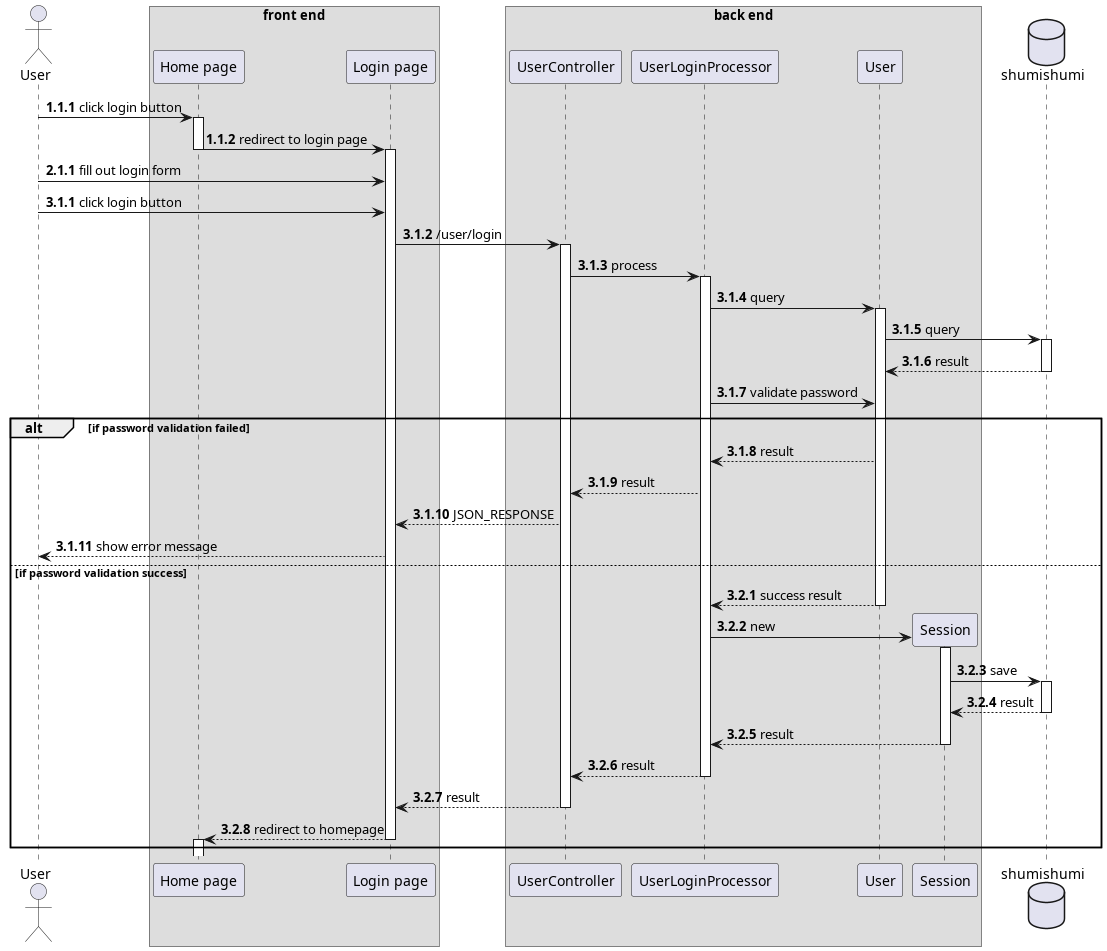
aldihsuhandi/skripsi-2023 keeps this PlantUML diagram as thesis/latex/diagram/sequence diagram/3. login/login.png. Above is the earlier version. Its diagram source:
```plantuml
@startuml login
autonumber 1.1.1

actor User as u

box "front end"
participant "Home page" as home
participant "Login page" as login
end box

box "back end"
participant "UserController" as uc

participant "UserLoginProcessor" as loginproc

participant "User" as um
participant "Session" as sm
end box

database shumishumi as db

u -> home++ : click login button
home -> login --++ : redirect to login page

autonumber inc a
u -> login : fill out login form
autonumber inc a
u -> login : click login button

login -> uc++ : /user/login
uc -> loginproc++ : process

loginproc -> um++ : query
um -> db++ : query
return result
loginproc -> um : validate password
alt if password validation failed
    loginproc <-- um : result
    uc <-- loginproc : result

    login <-- uc : JSON_RESPONSE
    u <-- login : show error message
else if password validation success
    autonumber inc b
    loginproc <-- um --: success result

    create sm
    loginproc -> sm++ : new
    sm -> db++ : save
    return result
    return result

    return result
    return result

    home <-- login --++ : redirect to homepage
end



@enduml
```
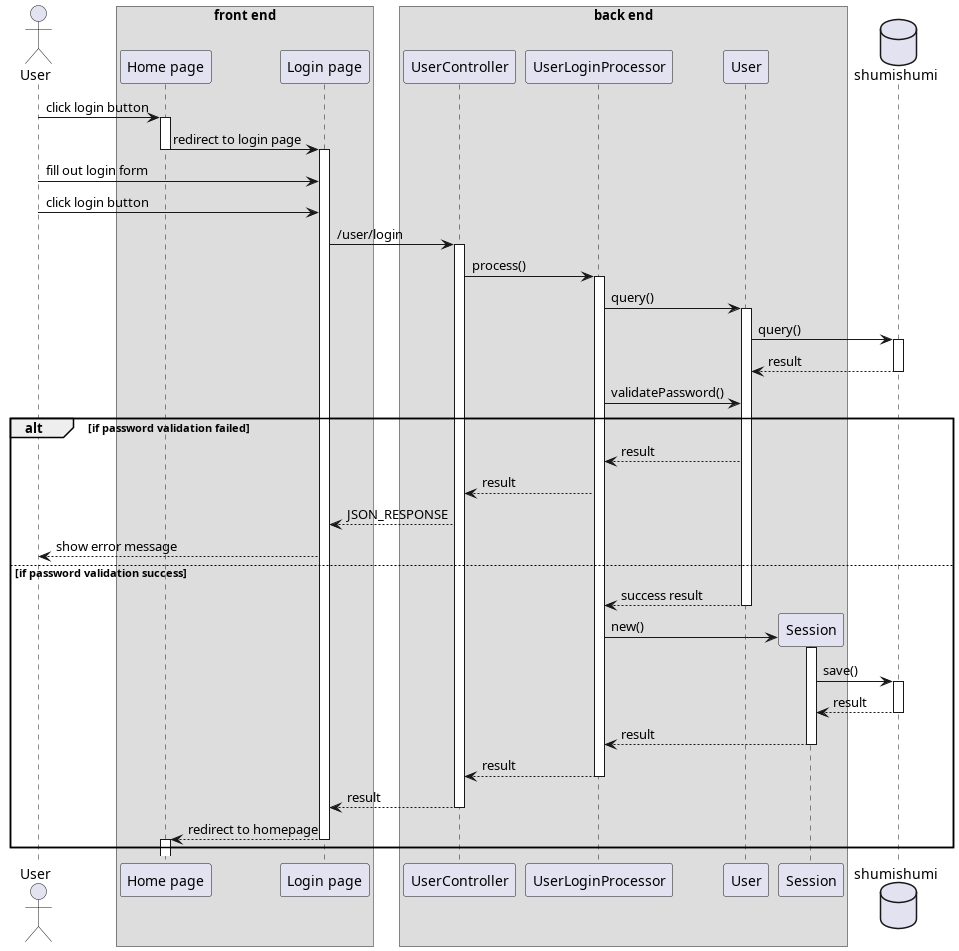
Above is the later version.

Diff of the diagram source:
```diff
@@ -1,5 +1,4 @@
 @startuml login
-autonumber 1.1.1
 
 actor User as u
 
@@ -22,18 +21,16 @@
 u -> home++ : click login button
 home -> login --++ : redirect to login page
 
-autonumber inc a
 u -> login : fill out login form
-autonumber inc a
 u -> login : click login button
 
 login -> uc++ : /user/login
-uc -> loginproc++ : process
+uc -> loginproc++ : process()
 
-loginproc -> um++ : query
-um -> db++ : query
+loginproc -> um++ : query()
+um -> db++ : query()
 return result
-loginproc -> um : validate password
+loginproc -> um : validatePassword()
 alt if password validation failed
     loginproc <-- um : result
     uc <-- loginproc : result
@@ -41,12 +38,11 @@
     login <-- uc : JSON_RESPONSE
     u <-- login : show error message
 else if password validation success
-    autonumber inc b
     loginproc <-- um --: success result
 
     create sm
-    loginproc -> sm++ : new
-    sm -> db++ : save
+    loginproc -> sm++ : new()
+    sm -> db++ : save()
     return result
     return result
 
```
